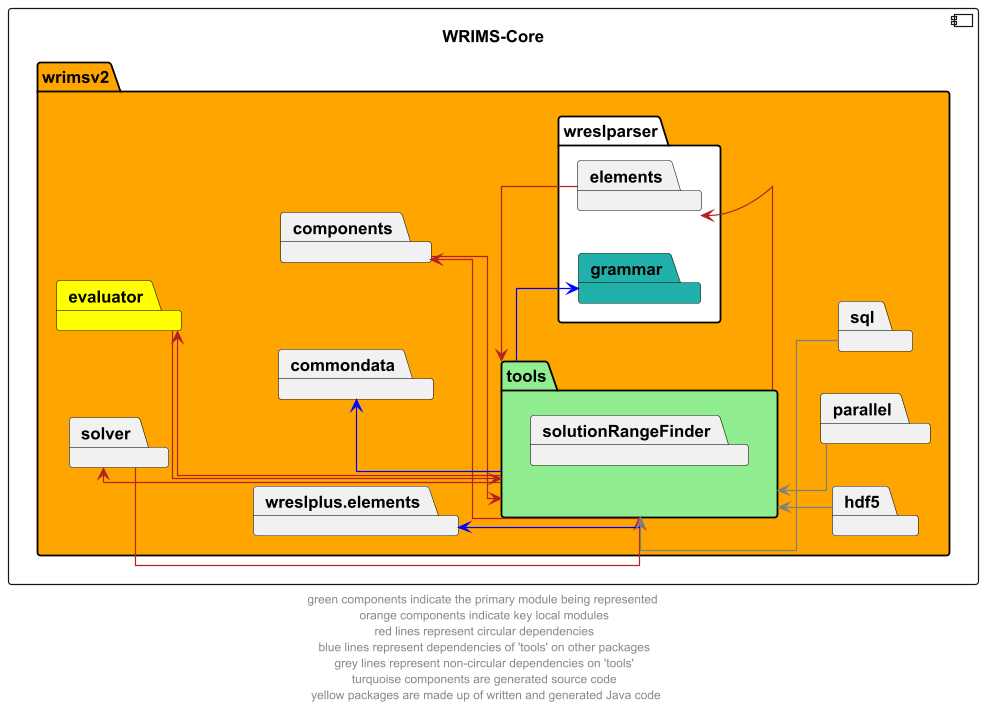
CentralValleyModeling/wrims keeps this PlantUML diagram as docs/diagrams/wrims-core/wrims-core_tools.png. Above is the earlier version.
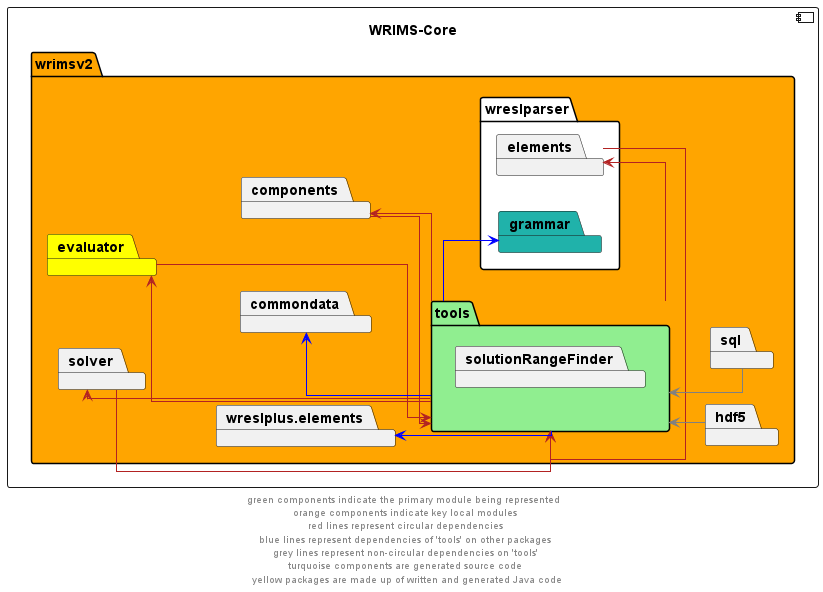
The same file after the commit.

The edit, as a diff of the source:
```diff
@@ -18,7 +18,6 @@
         package wreslplus.elements
 
         package hdf5
-        package parallel
         package sql
     }
 }
@@ -34,10 +33,8 @@
 
 tools -u->  commondata #blue
 tools -u-> grammar #blue
-tools -u-> wreslplus.elements #blue
-
+tools -u->  wreslplus.elements #blue
 hdf5 -u->  tools #grey
-parallel -u-> tools #grey
 sql -u-> tools #grey
 
 components -u[hidden]-> evaluator
```
